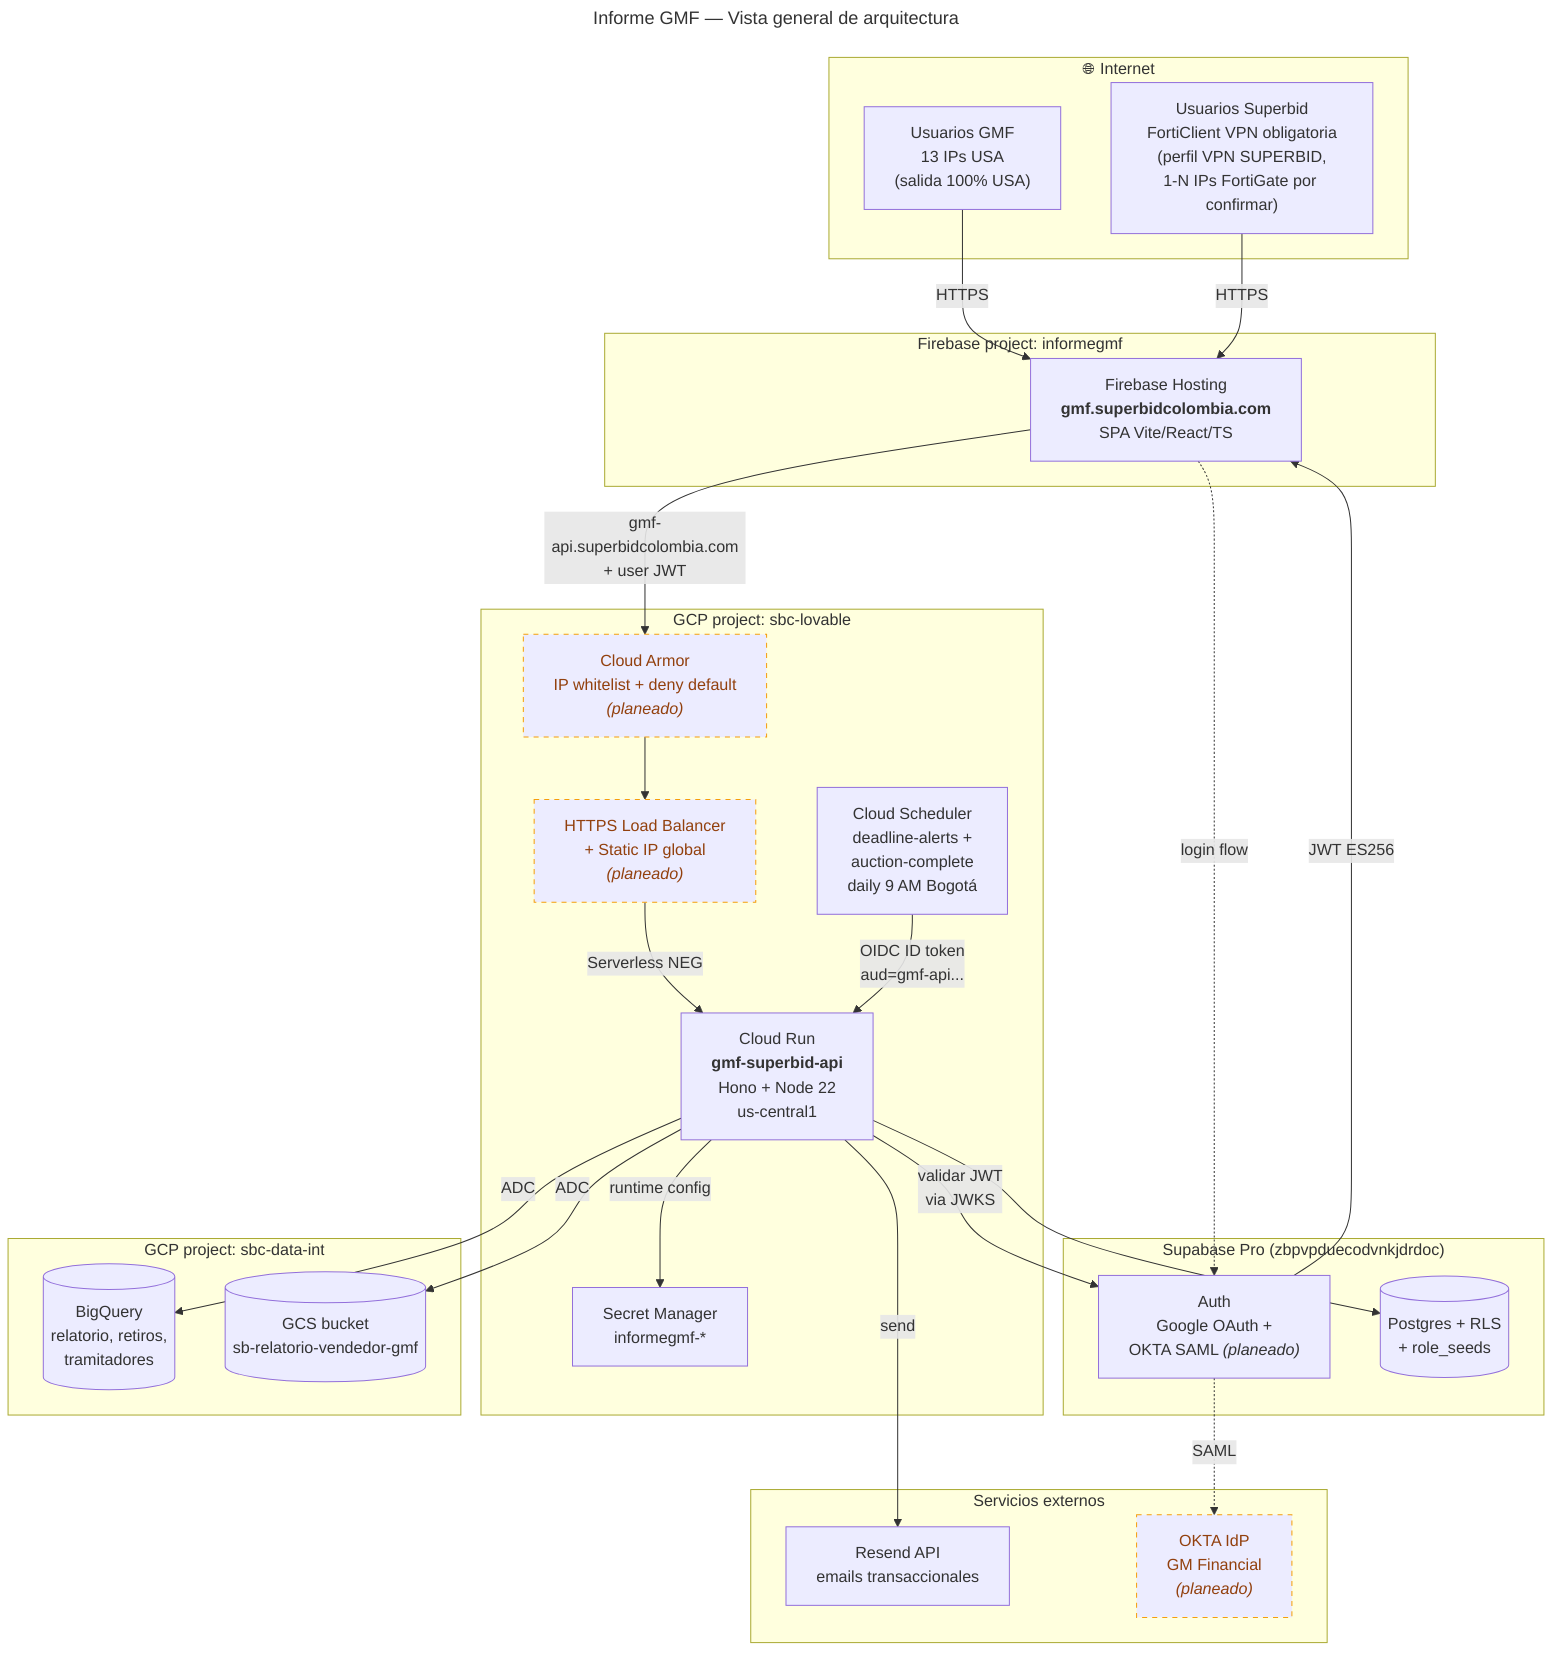
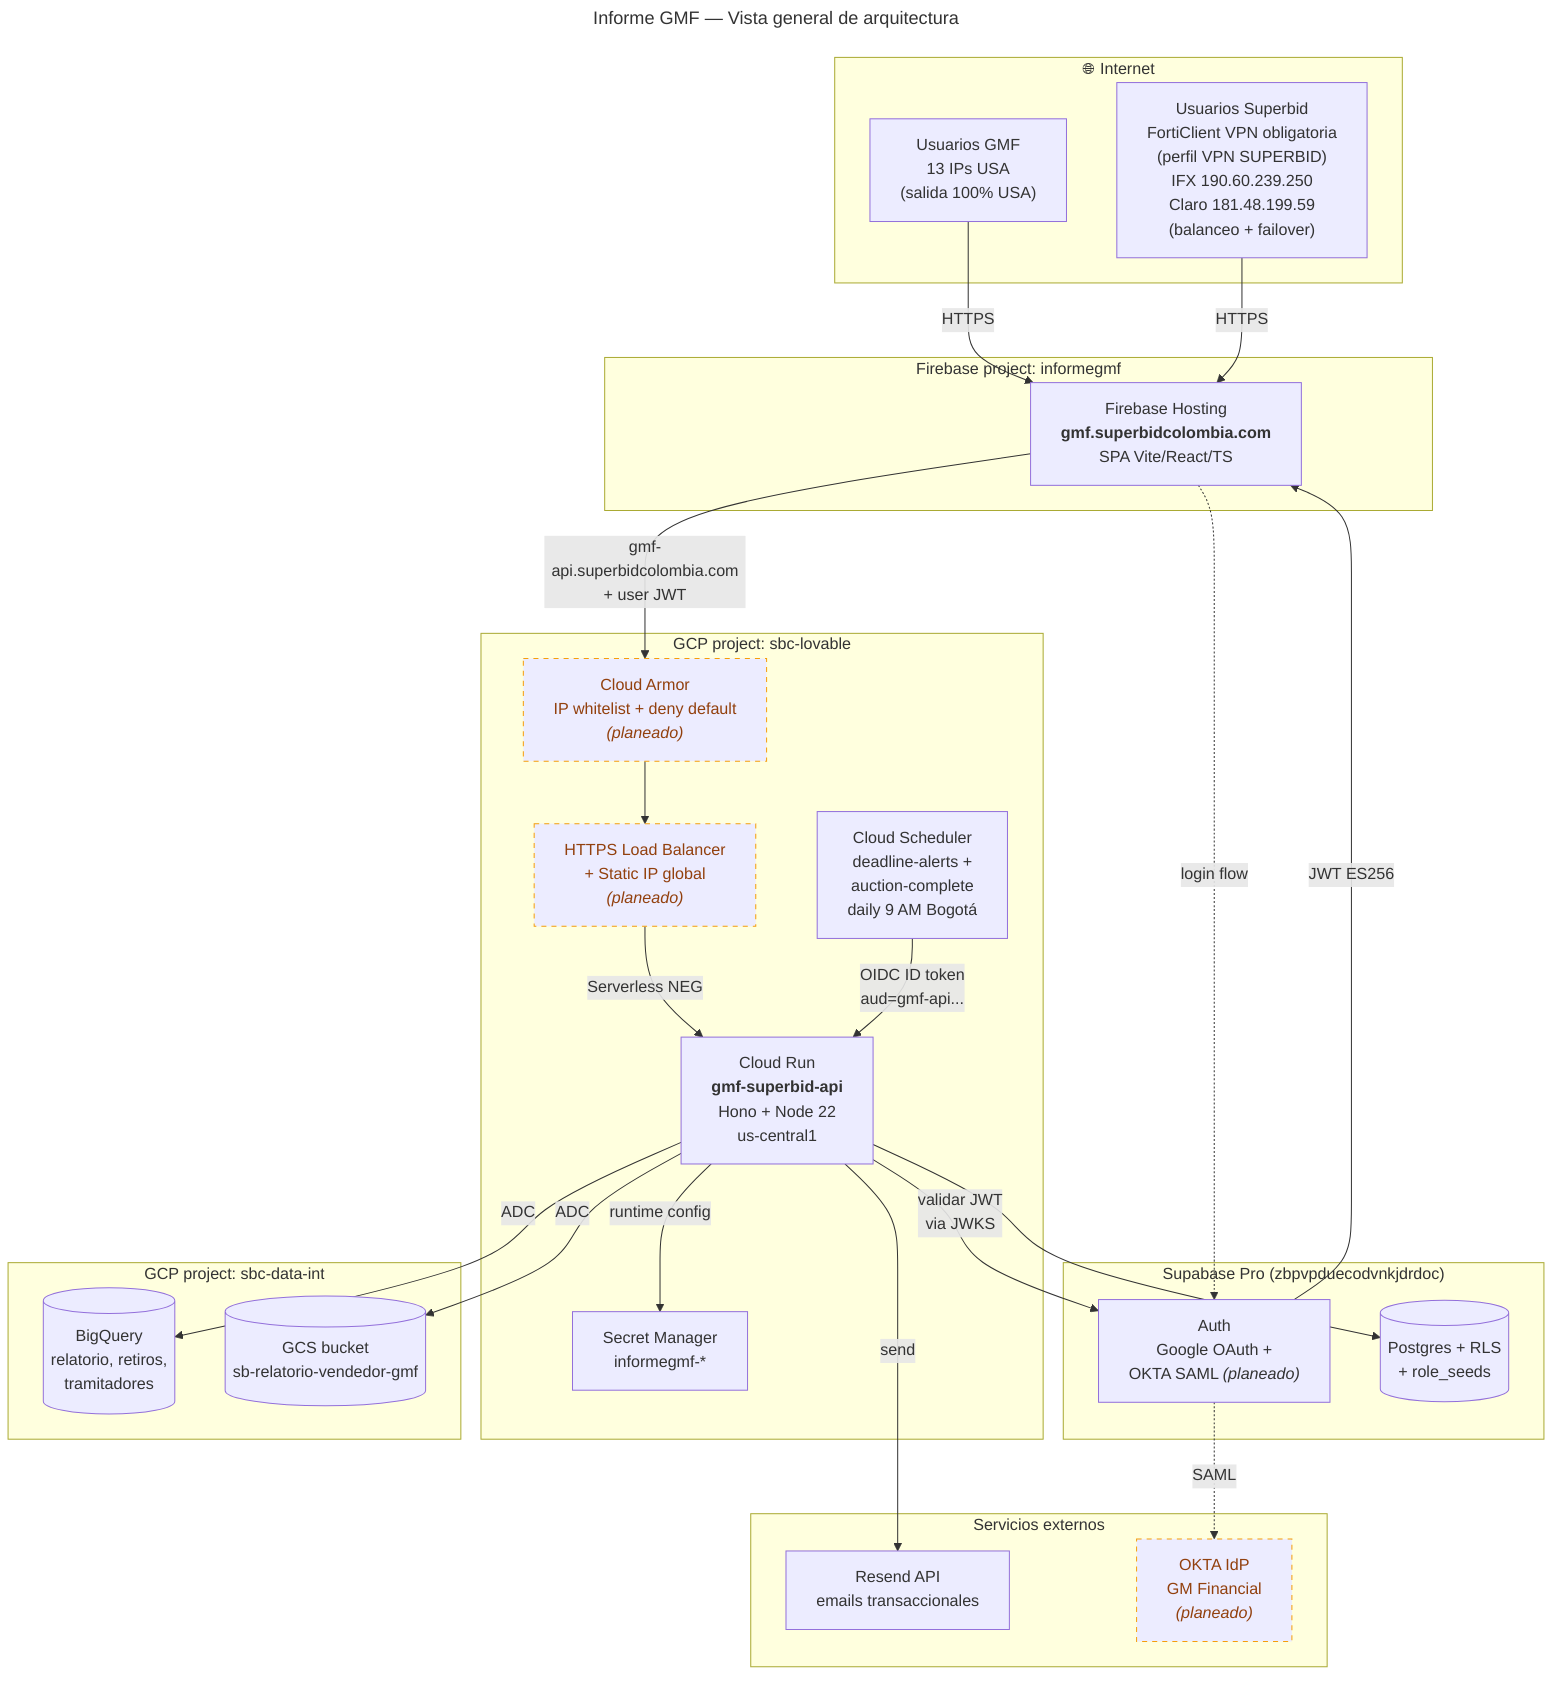
---
title: Informe GMF — Vista general de arquitectura
---
flowchart TB
    subgraph internet["🌐 Internet"]
        userGMF["Usuarios GMF<br/>13 IPs USA<br/>(salida 100% USA)"]
-         userSB["Usuarios Superbid<br/>FortiClient VPN obligatoria<br/>(perfil VPN SUPERBID,<br/>1-N IPs FortiGate por confirmar)"]
+         userSB["Usuarios Superbid<br/>FortiClient VPN obligatoria<br/>(perfil VPN SUPERBID)<br/>IFX 190.60.239.250<br/>Claro 181.48.199.59<br/>(balanceo + failover)"]
    end

    subgraph fb["Firebase project: informegmf"]
        fh["Firebase Hosting<br/><b>gmf.superbidcolombia.com</b><br/>SPA Vite/React/TS"]
    end

    subgraph gcp_lov["GCP project: sbc-lovable"]
        ca["Cloud Armor<br/>IP whitelist + deny default<br/><i>(planeado)</i>"]
        lb["HTTPS Load Balancer<br/>+ Static IP global<br/><i>(planeado)</i>"]
        cr["Cloud Run<br/><b>gmf-superbid-api</b><br/>Hono + Node 22<br/>us-central1"]
        sm["Secret Manager<br/>informegmf-*"]
        sched["Cloud Scheduler<br/>deadline-alerts +<br/>auction-complete<br/>daily 9 AM Bogotá"]
    end

    subgraph supa["Supabase Pro (zbpvpduecodvnkjdrdoc)"]
        sauth["Auth<br/>Google OAuth +<br/>OKTA SAML <i>(planeado)</i>"]
        sdb[("Postgres + RLS<br/>+ role_seeds")]
    end

    subgraph gcp_data["GCP project: sbc-data-int"]
        bq[("BigQuery<br/>relatorio, retiros,<br/>tramitadores")]
        gcs[("GCS bucket<br/>sb-relatorio-vendedor-gmf")]
    end

    subgraph external["Servicios externos"]
        resend["Resend API<br/>emails transaccionales"]
        okta["OKTA IdP<br/>GM Financial<br/><i>(planeado)</i>"]
    end

    userGMF -->|HTTPS| fh
    userSB -->|HTTPS| fh
    fh -->|"gmf-api.superbidcolombia.com<br/>+ user JWT"| ca
    ca --> lb
    lb -->|Serverless NEG| cr

    fh -.->|login flow| sauth
    sauth -.->|SAML| okta
    sauth -->|JWT ES256| fh

    cr -->|validar JWT<br/>via JWKS| sauth
    cr --> sdb
    cr -->|ADC| bq
    cr -->|ADC| gcs
    cr -->|runtime config| sm
    cr -->|send| resend

    sched -->|OIDC ID token<br/>aud=gmf-api...| cr

    classDef planned stroke-dasharray:5 5,stroke:#f59e0b,color:#92400e
    class ca,lb,okta planned
